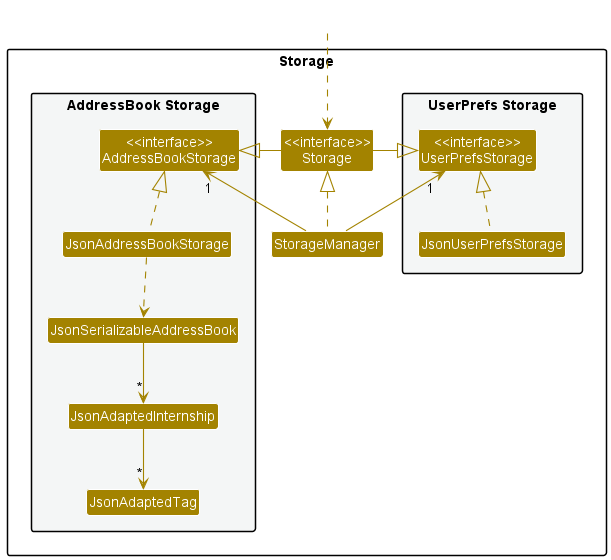
Before: docs/images/StorageClassDiagram.png, a diagram exported from PlantUML (nus-cs2103-AY2223S1/tp).
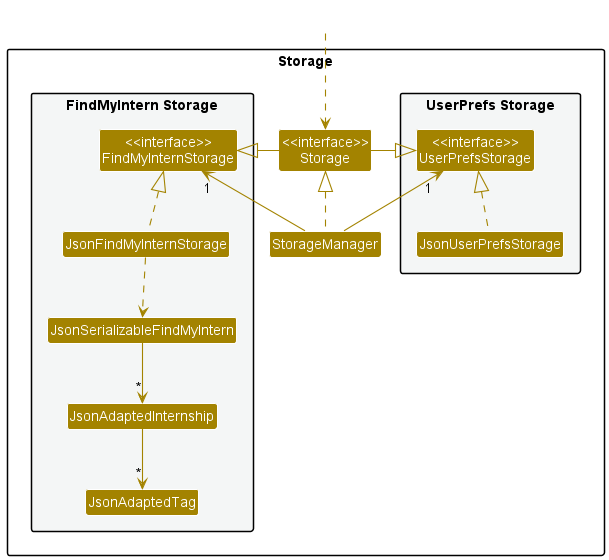
The same diagram one commit later.

The edit, as a diff of the source:
```diff
@@ -14,10 +14,10 @@
 Class "<<interface>>\nStorage" as Storage
 Class StorageManager
 
-package "AddressBook Storage" #F4F6F6{
-Class "<<interface>>\nAddressBookStorage" as AddressBookStorage
-Class JsonAddressBookStorage
-Class JsonSerializableAddressBook
+package "FindMyIntern Storage" #F4F6F6{
+Class "<<interface>>\nFindMyInternStorage" as FindMyInternStorage
+Class JsonFindMyInternStorage
+Class JsonSerializableFindMyIntern
 Class JsonAdaptedInternship
 Class JsonAdaptedTag
 }
@@ -29,15 +29,15 @@
 
 StorageManager .up.|> Storage
 StorageManager -up-> "1" UserPrefsStorage
-StorageManager -up-> "1" AddressBookStorage
+StorageManager -up-> "1" FindMyInternStorage
 
 Storage -left-|> UserPrefsStorage
-Storage -right-|> AddressBookStorage
+Storage -right-|> FindMyInternStorage
 
 JsonUserPrefsStorage .up.|> UserPrefsStorage
-JsonAddressBookStorage .up.|> AddressBookStorage
-JsonAddressBookStorage ..> JsonSerializableAddressBook
-JsonSerializableAddressBook --> "*" JsonAdaptedInternship
+JsonFindMyInternStorage .up.|> FindMyInternStorage
+JsonFindMyInternStorage ..> JsonSerializableFindMyIntern
+JsonSerializableFindMyIntern --> "*" JsonAdaptedInternship
 JsonAdaptedInternship --> "*" JsonAdaptedTag
 
 @enduml
```
